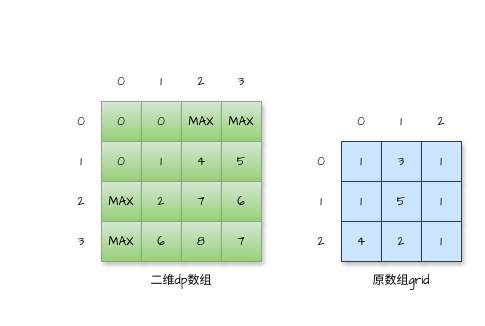
Before: draw.io/最小路径和.drawio in goldknife6/algorithm, a draw.io diagram. Source tidied: cells renumbered, new cells numbered last; positions are measured from the earlier drawing's top-left corner, leaving out a move shared by most shapes. Both pictures are drawn from the tidied source at 100%, with x=0, y=0 at pixel (61, 61).
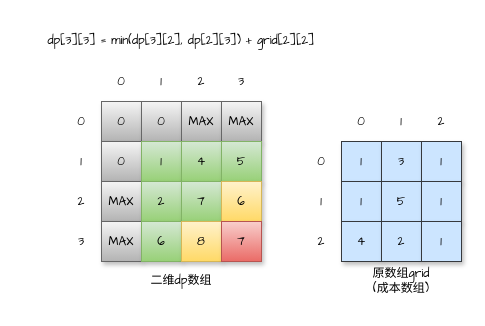
Above is the later version.

Commit message:
更新最小路径和.drawio

Change to the diagram source:
```diff
@@
-    <mxCell id="2" value="&lt;font face=&quot;Comic Sans MS&quot;&gt;0&lt;/font&gt;" style="rounded=0;whiteSpace=wrap;html=1;fillColor=#d5e8d4;strokeColor=#82b366;shadow=1;gradientColor=#97d077;" parent="1" vertex="1">
+    <mxCell id="2" value="&lt;font face=&quot;Comic Sans MS&quot;&gt;0&lt;/font&gt;" style="rounded=0;whiteSpace=wrap;html=1;fillColor=#f5f5f5;strokeColor=#666666;shadow=1;gradientColor=#b3b3b3;" parent="1" vertex="1">
       <mxGeometry x="40" y="40" width="40" height="40" as="geometry" />
     </mxCell>
-    <mxCell id="3" value="&lt;span style=&quot;font-family: &amp;#34;comic sans ms&amp;#34;&quot;&gt;0&lt;/span&gt;" style="rounded=0;whiteSpace=wrap;html=1;fillColor=#d5e8d4;strokeColor=#82b366;shadow=1;gradientColor=#97d077;" parent="1" vertex="1">
+    <mxCell id="3" value="&lt;span style=&quot;font-family: &amp;#34;comic sans ms&amp;#34;&quot;&gt;0&lt;/span&gt;" style="rounded=0;whiteSpace=wrap;html=1;fillColor=#f5f5f5;strokeColor=#666666;shadow=1;gradientColor=#b3b3b3;" parent="1" vertex="1">
       <mxGeometry x="80" y="40" width="40" height="40" as="geometry" />
     </mxCell>
-    <mxCell id="4" value="&lt;span style=&quot;font-family: &amp;#34;comic sans ms&amp;#34;&quot;&gt;MAX&lt;/span&gt;" style="rounded=0;whiteSpace=wrap;html=1;fillColor=#d5e8d4;strokeColor=#82b366;shadow=1;gradientColor=#97d077;" parent="1" vertex="1">
+    <mxCell id="4" value="&lt;span style=&quot;font-family: &amp;#34;comic sans ms&amp;#34;&quot;&gt;MAX&lt;/span&gt;" style="rounded=0;whiteSpace=wrap;html=1;fillColor=#f5f5f5;strokeColor=#666666;shadow=1;gradientColor=#b3b3b3;" parent="1" vertex="1">
       <mxGeometry x="120" y="40" width="40" height="40" as="geometry" />
     </mxCell>
-    <mxCell id="5" value="&lt;span&gt;&lt;font face=&quot;Comic Sans MS&quot;&gt;MAX&lt;/font&gt;&lt;/span&gt;" style="rounded=0;whiteSpace=wrap;html=1;fillColor=#d5e8d4;strokeColor=#82b366;shadow=1;gradientColor=#97d077;" parent="1" vertex="1">
+    <mxCell id="5" value="&lt;span&gt;&lt;font face=&quot;Comic Sans MS&quot;&gt;MAX&lt;/font&gt;&lt;/span&gt;" style="rounded=0;whiteSpace=wrap;html=1;fillColor=#f5f5f5;strokeColor=#666666;shadow=1;gradientColor=#b3b3b3;" parent="1" vertex="1">
       <mxGeometry x="160" y="40" width="40" height="40" as="geometry" />
     </mxCell>
-    <mxCell id="6" value="&lt;span style=&quot;font-family: &amp;#34;comic sans ms&amp;#34;&quot;&gt;0&lt;/span&gt;" style="rounded=0;whiteSpace=wrap;html=1;fillColor=#d5e8d4;strokeColor=#82b366;shadow=1;gradientColor=#97d077;" parent="1" vertex="1">
+    <mxCell id="6" value="&lt;span style=&quot;font-family: &amp;#34;comic sans ms&amp;#34;&quot;&gt;0&lt;/span&gt;" style="rounded=0;whiteSpace=wrap;html=1;fillColor=#f5f5f5;strokeColor=#666666;shadow=1;gradientColor=#b3b3b3;" parent="1" vertex="1">
       <mxGeometry x="40" y="80" width="40" height="40" as="geometry" />
     </mxCell>
@@
-    <mxCell id="10" value="&lt;span style=&quot;font-family: &amp;#34;comic sans ms&amp;#34;&quot;&gt;MAX&lt;/span&gt;" style="rounded=0;whiteSpace=wrap;html=1;fillColor=#d5e8d4;strokeColor=#82b366;shadow=1;gradientColor=#97d077;" parent="1" vertex="1">
+    <mxCell id="10" value="&lt;span style=&quot;font-family: &amp;#34;comic sans ms&amp;#34;&quot;&gt;MAX&lt;/span&gt;" style="rounded=0;whiteSpace=wrap;html=1;fillColor=#f5f5f5;strokeColor=#666666;shadow=1;gradientColor=#b3b3b3;" parent="1" vertex="1">
       <mxGeometry x="40" y="120" width="40" height="40" as="geometry" />
     </mxCell>
@@
-    <mxCell id="13" value="&lt;span style=&quot;font-family: &amp;#34;comic sans ms&amp;#34;&quot;&gt;6&lt;/span&gt;" style="rounded=0;whiteSpace=wrap;html=1;fillColor=#d5e8d4;strokeColor=#82b366;shadow=1;gradientColor=#97d077;" parent="1" vertex="1">
+    <mxCell id="13" value="&lt;span style=&quot;font-family: &amp;#34;comic sans ms&amp;#34;&quot;&gt;6&lt;/span&gt;" style="rounded=0;whiteSpace=wrap;html=1;fillColor=#fff2cc;strokeColor=#d6b656;shadow=1;gradientColor=#ffd966;" parent="1" vertex="1">
       <mxGeometry x="160" y="120" width="40" height="40" as="geometry" />
     </mxCell>
-    <mxCell id="14" value="&lt;span style=&quot;font-family: &amp;#34;comic sans ms&amp;#34;&quot;&gt;MAX&lt;/span&gt;" style="rounded=0;whiteSpace=wrap;html=1;fillColor=#d5e8d4;strokeColor=#82b366;shadow=1;gradientColor=#97d077;" parent="1" vertex="1">
+    <mxCell id="14" value="&lt;span style=&quot;font-family: &amp;#34;comic sans ms&amp;#34;&quot;&gt;MAX&lt;/span&gt;" style="rounded=0;whiteSpace=wrap;html=1;fillColor=#f5f5f5;strokeColor=#666666;shadow=1;gradientColor=#b3b3b3;" parent="1" vertex="1">
       <mxGeometry x="40" y="160" width="40" height="40" as="geometry" />
     </mxCell>
@@
-    <mxCell id="16" value="&lt;font face=&quot;Comic Sans MS&quot;&gt;8&lt;/font&gt;" style="rounded=0;whiteSpace=wrap;html=1;fillColor=#d5e8d4;strokeColor=#82b366;shadow=1;gradientColor=#97d077;" parent="1" vertex="1">
+    <mxCell id="16" value="&lt;font face=&quot;Comic Sans MS&quot;&gt;8&lt;/font&gt;" style="rounded=0;whiteSpace=wrap;html=1;fillColor=#fff2cc;strokeColor=#d6b656;shadow=1;gradientColor=#ffd966;" parent="1" vertex="1">
       <mxGeometry x="120" y="160" width="40" height="40" as="geometry" />
     </mxCell>
-    <mxCell id="17" value="&lt;span style=&quot;font-family: &amp;#34;comic sans ms&amp;#34;&quot;&gt;7&lt;/span&gt;" style="rounded=0;whiteSpace=wrap;html=1;fillColor=#d5e8d4;strokeColor=#82b366;shadow=1;gradientColor=#97d077;" parent="1" vertex="1">
+    <mxCell id="17" value="&lt;span style=&quot;font-family: &amp;#34;comic sans ms&amp;#34;&quot;&gt;7&lt;/span&gt;" style="rounded=0;whiteSpace=wrap;html=1;fillColor=#f8cecc;strokeColor=#b85450;shadow=1;gradientColor=#ea6b66;" parent="1" vertex="1">
       <mxGeometry x="160" y="160" width="40" height="40" as="geometry" />
     </mxCell>
@@
-    <mxCell id="36" value="原数组&lt;span&gt;grid&lt;/span&gt;&lt;div class=&quot;okr-block-clipboard&quot;&gt;&lt;/div&gt;" style="text;html=1;strokeColor=none;fillColor=none;align=center;verticalAlign=middle;whiteSpace=wrap;rounded=0;shadow=1;sketch=1;fontFamily=Comic Sans MS;opacity=0;" parent="1" vertex="1">
+    <mxCell id="36" value="原数组&lt;span&gt;grid&lt;br&gt;(成本数组)&lt;/span&gt;&lt;div class=&quot;okr-block-clipboard&quot;&gt;&lt;/div&gt;" style="text;html=1;strokeColor=none;fillColor=none;align=center;verticalAlign=middle;whiteSpace=wrap;rounded=0;shadow=1;sketch=1;fontFamily=Comic Sans MS;opacity=0;" parent="1" vertex="1">
       <mxGeometry x="280" y="200" width="120" height="40" as="geometry" />
     </mxCell>
@@
+    <mxCell id="43" value="dp[3][3] = min(dp[3][2], dp[2][3]) + grid[2][2]" style="text;html=1;strokeColor=none;fillColor=none;align=center;verticalAlign=middle;whiteSpace=wrap;rounded=0;shadow=1;sketch=1;fontFamily=Comic Sans MS;opacity=0;" parent="1" vertex="1">
+      <mxGeometry x="-40" y="-40" width="320" height="40" as="geometry" />
+    </mxCell>
```
